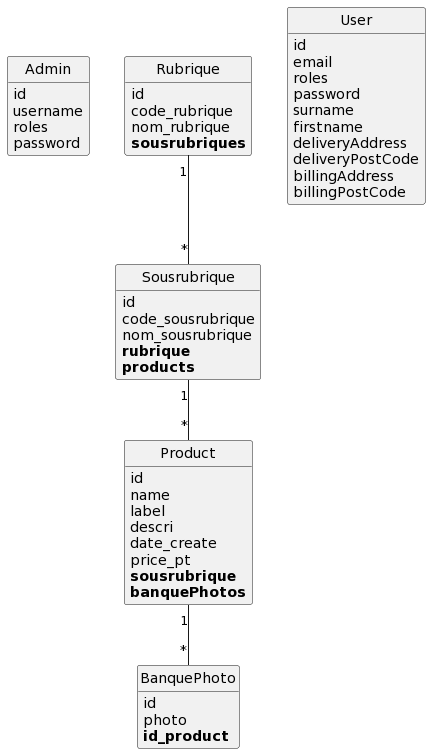
Before: puml/index.png, a diagram exported from PlantUML (jeanmarie80000/village_green_project).
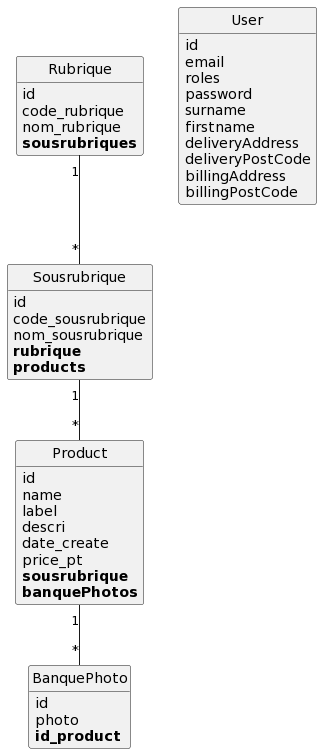
The same diagram one commit later.

What changed in the source:
```diff
@@ -1,11 +1,4 @@
 @startuml
-class Admin {
-	id
-	username
-	roles
-	password
-}
-
 class BanquePhoto {
 	id
 	photo
```
